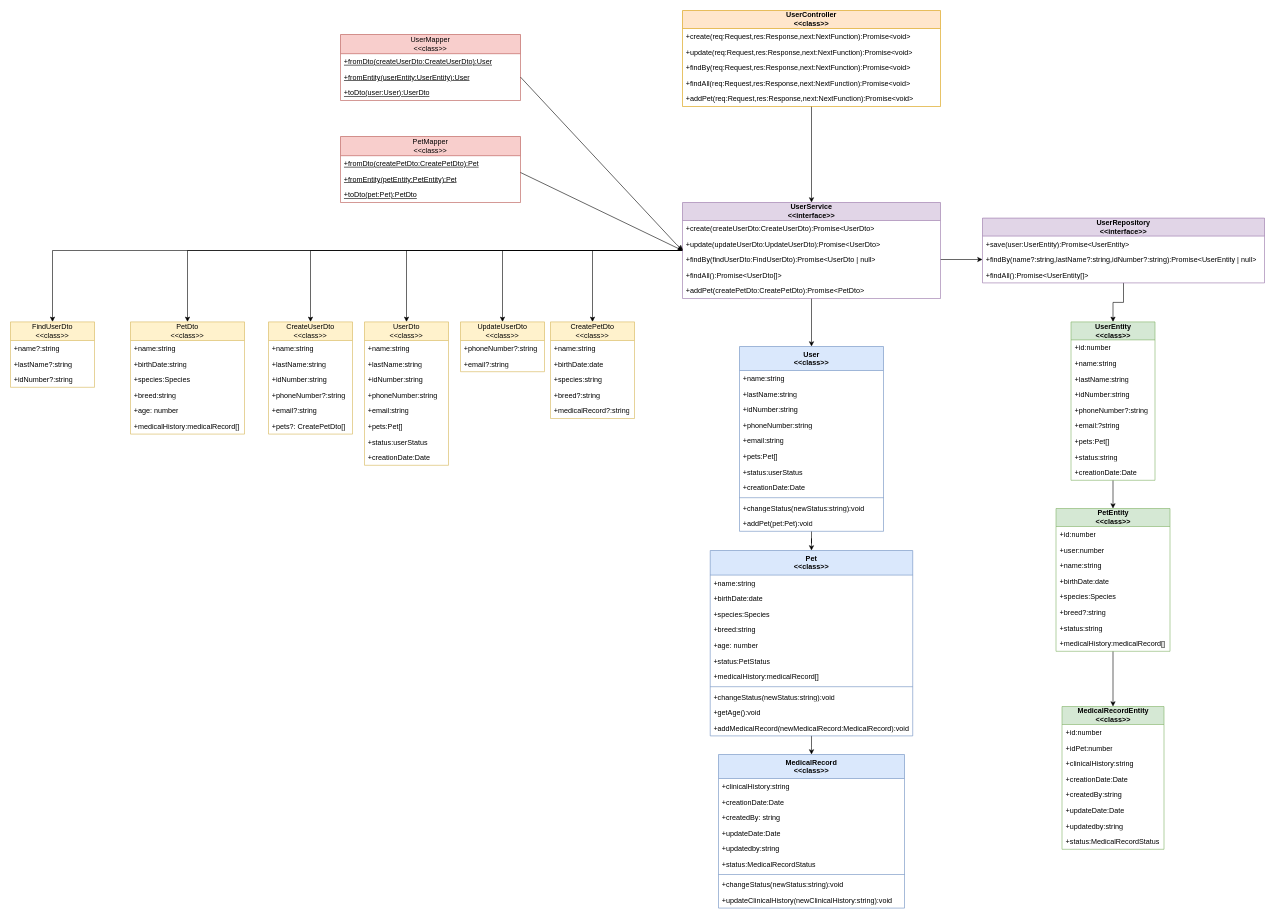
Matias-Viking/Veterinary keeps this draw.io diagram as page "Classes" (1 of 2) of docs/Veterinaria design.drawio. Above is the earlier version. Source tidied: cells renumbered, new cells numbered last; positions are measured from the earlier drawing's top-left corner, leaving out a move shared by most shapes. Both pictures are drawn from the tidied source at 60%, with x=0, y=0 at pixel (10, 10).
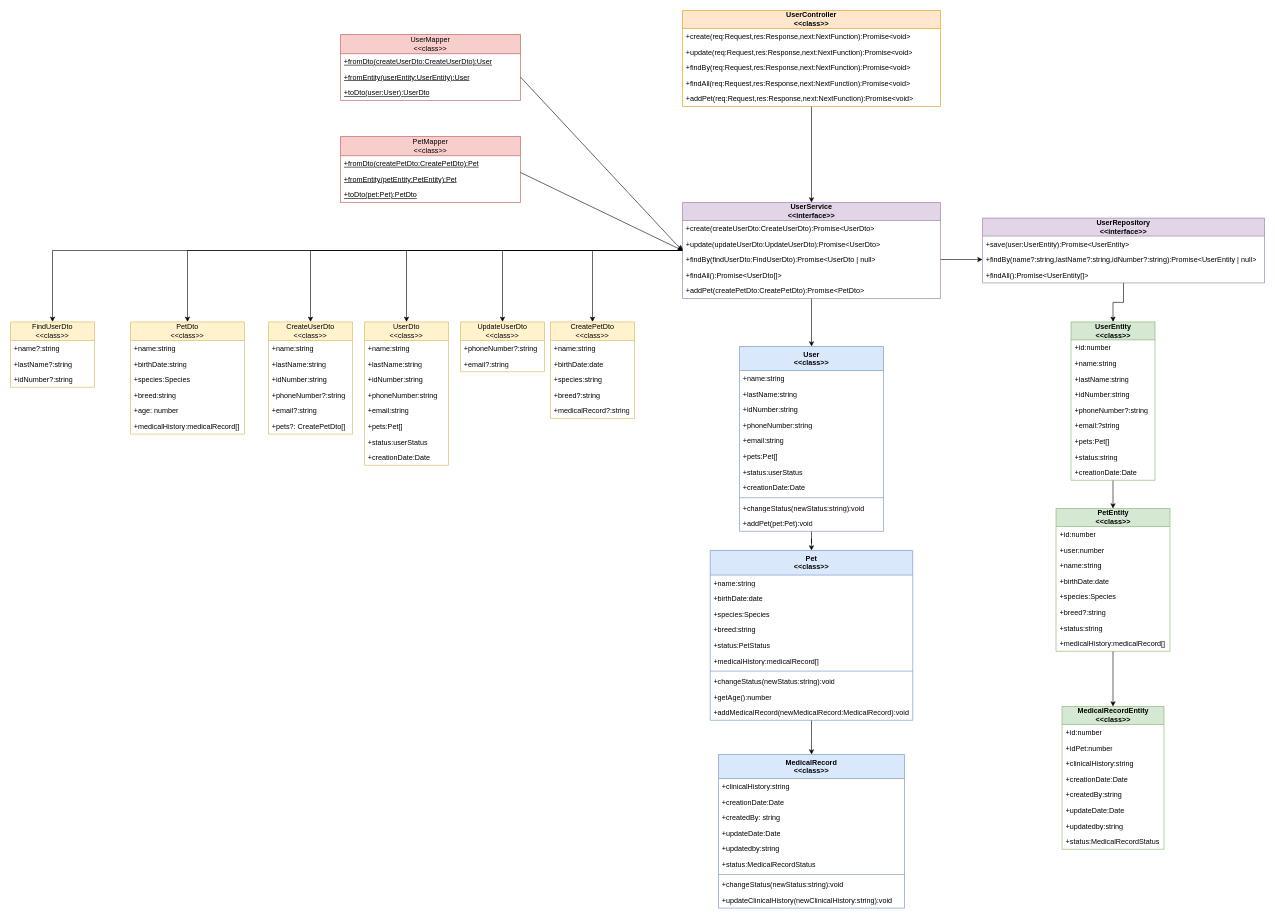
The same diagram, later.

Change to the diagram source:
```diff
@@
     <mxCell id="3" value="Pet&lt;div&gt;&amp;lt;&amp;lt;class&amp;gt;&amp;gt;&lt;/div&gt;" style="swimlane;fontStyle=1;align=center;verticalAlign=top;horizontal=1;startSize=41;whiteSpace=wrap;html=1;fillColor=#dae8fc;strokeColor=#6c8ebf;" parent="1" vertex="1">
-      <mxGeometry x="1166.2" y="900" width="337.5" height="309" as="geometry" />
+      <mxGeometry x="1166.2" y="900" width="337.5" height="283" as="geometry" />
     </mxCell>
@@
-    <mxCell id="8" value="+age: number" style="text;strokeColor=none;fillColor=none;align=left;verticalAlign=top;spacingLeft=4;spacingRight=4;overflow=hidden;whiteSpace=wrap;html=1;" parent="3" vertex="1">
-      <mxGeometry y="145" width="337.5" height="26" as="geometry" />
-    </mxCell>
     <mxCell id="9" value="+status:PetStatus" style="text;strokeColor=none;fillColor=none;align=left;verticalAlign=top;spacingLeft=4;spacingRight=4;overflow=hidden;whiteSpace=wrap;html=1;" parent="3" vertex="1">
-      <mxGeometry y="171" width="337.5" height="26" as="geometry" />
+      <mxGeometry y="145" width="337.5" height="26" as="geometry" />
     </mxCell>
     <mxCell id="10" value="+medicalHistory:medicalRecord[]" style="text;strokeColor=none;fillColor=none;align=left;verticalAlign=top;spacingLeft=4;spacingRight=4;overflow=hidden;whiteSpace=wrap;html=1;" parent="3" vertex="1">
-      <mxGeometry y="197" width="337.5" height="26" as="geometry" />
+      <mxGeometry y="171" width="337.5" height="26" as="geometry" />
     </mxCell>
     <mxCell id="11" style="line;strokeWidth=1;fillColor=none;align=left;verticalAlign=middle;spacingTop=-1;spacingLeft=3;spacingRight=3;labelPosition=right;strokeColor=inherit;" parent="3" vertex="1">
-      <mxGeometry y="223" width="337.5" height="8" as="geometry" />
+      <mxGeometry y="197" width="337.5" height="8" as="geometry" />
     </mxCell>
     <mxCell id="12" value="+changeStatus(newStatus:string):void" style="text;strokeColor=none;fillColor=none;align=left;verticalAlign=top;spacingLeft=4;spacingRight=4;overflow=hidden;whiteSpace=wrap;html=1;" parent="3" vertex="1">
-      <mxGeometry y="231" width="337.5" height="26" as="geometry" />
+      <mxGeometry y="205" width="337.5" height="26" as="geometry" />
     </mxCell>
-    <mxCell id="13" value="+getAge():void" style="text;strokeColor=none;fillColor=none;align=left;verticalAlign=top;spacingLeft=4;spacingRight=4;overflow=hidden;whiteSpace=wrap;html=1;" parent="3" vertex="1">
-      <mxGeometry y="257" width="337.5" height="26" as="geometry" />
+    <mxCell id="13" value="+getAge():number" style="text;strokeColor=none;fillColor=none;align=left;verticalAlign=top;spacingLeft=4;spacingRight=4;overflow=hidden;whiteSpace=wrap;html=1;" parent="3" vertex="1">
+      <mxGeometry y="231" width="337.5" height="26" as="geometry" />
     </mxCell>
     <mxCell id="14" value="+addMedicalRecord(newMedicalRecord:MedicalRecord):void" style="text;strokeColor=none;fillColor=none;align=left;verticalAlign=top;spacingLeft=4;spacingRight=4;overflow=hidden;whiteSpace=wrap;html=1;" parent="3" vertex="1">
-      <mxGeometry y="283" width="337.5" height="26" as="geometry" />
+      <mxGeometry y="257" width="337.5" height="26" as="geometry" />
     </mxCell>
```
